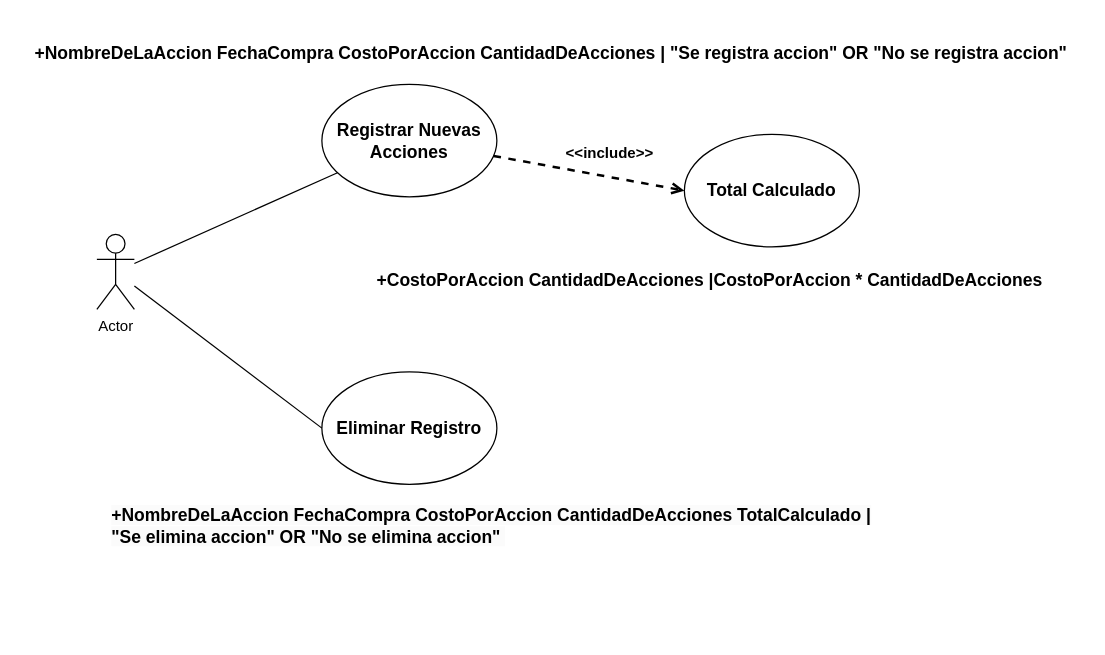
Earlier version of the draw.io diagram 2.-Desing/Diagrama_Casos_De_Uso.drawio (ErikMLC/Proyecto_CyESw). Source tidied: cells renumbered, new cells numbered last; positions are measured from the earlier drawing's top-left corner, leaving out a move shared by most shapes. Both pictures are drawn from the tidied source at 125%, with x=0, y=0 at pixel (21, 34).
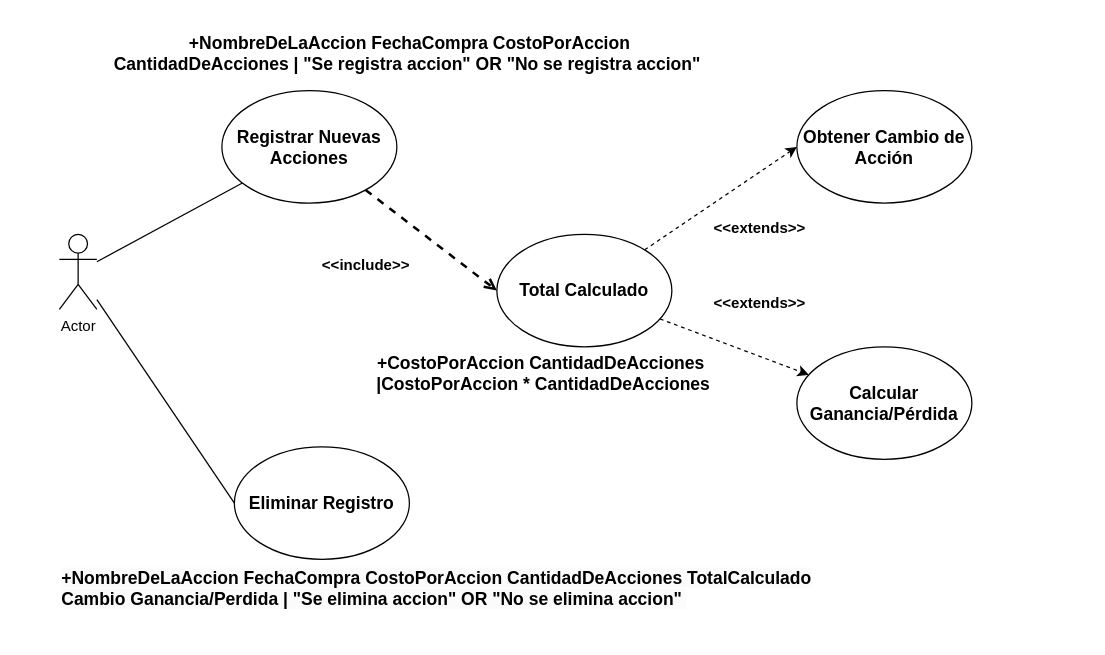
Above is the later version.

What changed in the source:
```diff
@@
 <mxGraphModel>
   <root>
     <mxCell id="0" />
     <mxCell id="1" parent="0" />
     <mxCell id="2" value="Actor" style="shape=umlActor;verticalLabelPosition=bottom;verticalAlign=top;html=1;outlineConnect=0;" parent="1" vertex="1">
-      <mxGeometry x="60" y="160" width="30" height="60" as="geometry" />
+      <mxGeometry x="30" y="160" width="30" height="60" as="geometry" />
     </mxCell>
     <mxCell id="3" value="&lt;b&gt;&lt;font style=&quot;font-size: 14px;&quot;&gt;Registrar Nuevas Acciones&lt;/font&gt;&lt;/b&gt;" style="ellipse;whiteSpace=wrap;html=1;" parent="1" vertex="1">
-      <mxGeometry x="240" y="40" width="140" height="90" as="geometry" />
+      <mxGeometry x="160" y="45" width="140" height="90" as="geometry" />
     </mxCell>
     <mxCell id="4" value="&lt;b&gt;&lt;font style=&quot;font-size: 14px;&quot;&gt;Eliminar Registro&lt;/font&gt;&lt;/b&gt;" style="ellipse;whiteSpace=wrap;html=1;" parent="1" vertex="1">
-      <mxGeometry x="240" y="270" width="140" height="90" as="geometry" />
+      <mxGeometry x="170" y="330" width="140" height="90" as="geometry" />
     </mxCell>
     <mxCell id="5" style="endArrow=none;html=1;rounded=0;" parent="1" edge="1" source="2" target="3">
       <mxGeometry relative="1" as="geometry" />
     </mxCell>
+    <mxCell id="13" style="edgeStyle=none;html=1;entryX=0;entryY=0.5;entryDx=0;entryDy=0;dashed=1;" parent="1" edge="1" source="6" target="15">
+      <mxGeometry relative="1" as="geometry" />
+    </mxCell>
+    <mxCell id="14" style="edgeStyle=none;html=1;dashed=1;" parent="1" edge="1" source="6" target="17">
+      <mxGeometry relative="1" as="geometry" />
+    </mxCell>
     <mxCell id="6" value="&lt;font style=&quot;font-size: 14px;&quot;&gt;&lt;b&gt;Total Calculado&lt;/b&gt;&lt;/font&gt;" style="ellipse;whiteSpace=wrap;html=1;" parent="1" vertex="1">
-      <mxGeometry x="530" y="80" width="140" height="90" as="geometry" />
+      <mxGeometry x="380" y="160" width="140" height="90" as="geometry" />
     </mxCell>
     <mxCell id="7" style="endArrow=none;html=1;rounded=0;entryX=0;entryY=0.5;entryDx=0;entryDy=0;" parent="1" edge="1" source="2" target="4">
       <mxGeometry relative="1" as="geometry" />
     </mxCell>
-    <mxCell id="8" value="&lt;font style=&quot;font-size: 14px;&quot;&gt;&lt;b&gt;+NombreDeLaAccion FechaCompra CostoPorAccion CantidadDeAcciones | &quot;Se registra accion&quot; OR &quot;No se registra accion&quot;&amp;nbsp;&lt;/b&gt;&lt;/font&gt;" style="text;html=1;align=center;verticalAlign=middle;strokeColor=none;fillColor=none;" parent="1" vertex="1">
-      <mxGeometry width="850" height="30" as="geometry" />
+    <mxCell id="8" value="&lt;font style=&quot;font-size: 14px;&quot;&gt;&lt;b&gt;+NombreDeLaAccion FechaCompra CostoPorAccion &lt;br&gt;CantidadDeAcciones | &quot;Se registra accion&quot; OR &quot;No se registra accion&quot;&amp;nbsp;&lt;/b&gt;&lt;/font&gt;" style="text;html=1;align=center;verticalAlign=middle;strokeColor=none;fillColor=none;" parent="1" vertex="1">
+      <mxGeometry x="60" y="-10" width="500" height="50" as="geometry" />
     </mxCell>
-    <mxCell id="9" value="&lt;b&gt;&lt;font style=&quot;font-size: 14px;&quot;&gt;+CostoPorAccion CantidadDeAcciones |CostoPorAccion * CantidadDeAcciones&lt;br&gt;&amp;nbsp;&lt;/font&gt;&lt;/b&gt;" style="text;html=1;align=center;verticalAlign=middle;strokeColor=none;fillColor=none;" parent="1" vertex="1">
-      <mxGeometry x="270" y="180" width="560" height="50" as="geometry" />
+    <mxCell id="9" value="&lt;b&gt;&lt;font style=&quot;font-size: 14px;&quot;&gt;+CostoPorAccion CantidadDeAcciones&lt;br&gt;&amp;nbsp;|CostoPorAccion * CantidadDeAcciones&lt;br&gt;&amp;nbsp;&lt;/font&gt;&lt;/b&gt;" style="text;html=1;align=center;verticalAlign=middle;strokeColor=none;fillColor=none;" parent="1" vertex="1">
+      <mxGeometry x="270" y="250" width="290" height="60" as="geometry" />
     </mxCell>
     <mxCell id="10" style="endArrow=open;html=1;rounded=0;entryX=0;entryY=0.5;entryDx=0;entryDy=0;dashed=1;endFill=0;strokeWidth=2;" parent="1" edge="1" source="3" target="6">
       <mxGeometry relative="1" as="geometry" />
     </mxCell>
     <mxCell id="11" value="&lt;b&gt;&amp;lt;&amp;lt;include&amp;gt;&amp;gt;&lt;/b&gt;" style="text;html=1;align=center;verticalAlign=middle;strokeColor=none;fillColor=none;" parent="1" vertex="1">
-      <mxGeometry x="425" y="80" width="90" height="30" as="geometry" />
+      <mxGeometry x="230" y="170" width="90" height="30" as="geometry" />
     </mxCell>
-    <mxCell id="12" value="&lt;b style=&quot;border-color: var(--border-color); color: rgb(0, 0, 0); font-family: Helvetica; font-size: 14px; font-style: normal; font-variant-ligatures: normal; font-variant-caps: normal; letter-spacing: normal; orphans: 2; text-align: center; text-indent: 0px; text-transform: none; widows: 2; word-spacing: 0px; -webkit-text-stroke-width: 0px; background-color: rgb(251, 251, 251); text-decoration-thickness: initial; text-decoration-style: initial; text-decoration-color: initial;&quot;&gt;+NombreDeLaAccion FechaCompra CostoPorAccion CantidadDeAcciones TotalCalculado | &quot;Se elimina accion&quot; OR &quot;No se elimina accion&quot;&amp;nbsp;&lt;/b&gt;" style="text;whiteSpace=wrap;html=1;" parent="1" vertex="1">
-      <mxGeometry x="70" y="370" width="630" height="60" as="geometry" />
+    <mxCell id="12" value="&lt;b style=&quot;border-color: var(--border-color); color: rgb(0, 0, 0); font-family: Helvetica; font-size: 14px; font-style: normal; font-variant-ligatures: normal; font-variant-caps: normal; letter-spacing: normal; orphans: 2; text-align: center; text-indent: 0px; text-transform: none; widows: 2; word-spacing: 0px; -webkit-text-stroke-width: 0px; background-color: rgb(251, 251, 251); text-decoration-thickness: initial; text-decoration-style: initial; text-decoration-color: initial;&quot;&gt;+NombreDeLaAccion FechaCompra CostoPorAccion CantidadDeAcciones TotalCalculado Cambio Ganancia/Perdida | &quot;Se elimina accion&quot; OR &quot;No se elimina accion&quot;&amp;nbsp;&lt;/b&gt;" style="text;whiteSpace=wrap;html=1;" parent="1" vertex="1">
+      <mxGeometry x="30" y="420" width="630" height="60" as="geometry" />
     </mxCell>
+    <mxCell id="15" value="&lt;font style=&quot;font-size: 14px;&quot;&gt;&lt;b&gt;Obtener Cambio de Acción&lt;/b&gt;&lt;/font&gt;" style="ellipse;whiteSpace=wrap;html=1;" parent="1" vertex="1">
+      <mxGeometry x="620" y="45" width="140" height="90" as="geometry" />
+    </mxCell>
+    <mxCell id="16" value="&lt;b&gt;&amp;lt;&amp;lt;extends&amp;gt;&amp;gt;&lt;/b&gt;" style="text;html=1;align=center;verticalAlign=middle;strokeColor=none;fillColor=none;" parent="1" vertex="1">
+      <mxGeometry x="540" y="140" width="100" height="30" as="geometry" />
+    </mxCell>
+    <mxCell id="17" value="&lt;font style=&quot;font-size: 14px;&quot;&gt;&lt;b&gt;Calcular Ganancia/Pérdida&lt;/b&gt;&lt;/font&gt;" style="ellipse;whiteSpace=wrap;html=1;" parent="1" vertex="1">
+      <mxGeometry x="620" y="250" width="140" height="90" as="geometry" />
+    </mxCell>
+    <mxCell id="18" value="&lt;b&gt;&amp;lt;&amp;lt;extends&amp;gt;&amp;gt;&lt;/b&gt;" style="text;html=1;align=center;verticalAlign=middle;strokeColor=none;fillColor=none;" parent="1" vertex="1">
+      <mxGeometry x="540" y="200" width="100" height="30" as="geometry" />
+    </mxCell>
   </root>
 </mxGraphModel>
```
